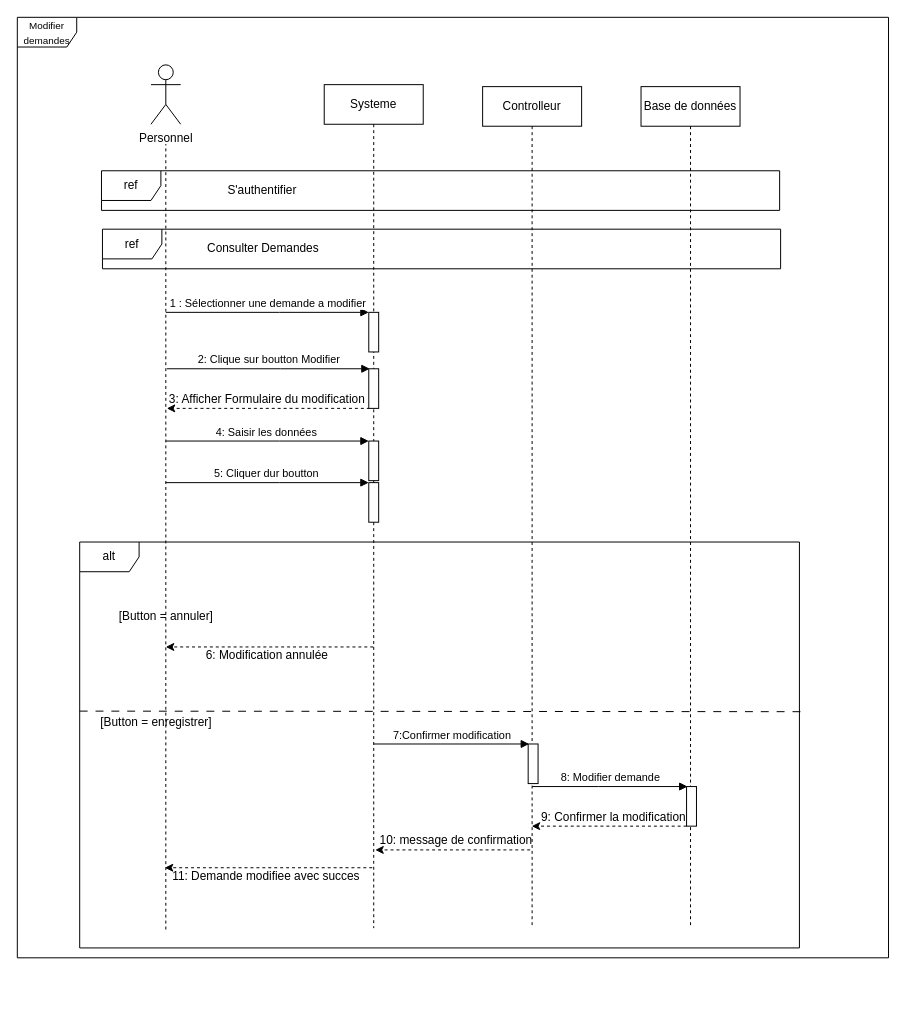
Earlier version of the draw.io diagram diagSequence-modifierDemande.drawio (PORTAIL-RH/Portail-RH-Mobile). Source tidied: cells renumbered, new cells numbered last; positions are measured from the earlier drawing's top-left corner, leaving out a move shared by most shapes. Both pictures are drawn from the tidied source at 99%, with x=0, y=0 at pixel (17, 17).
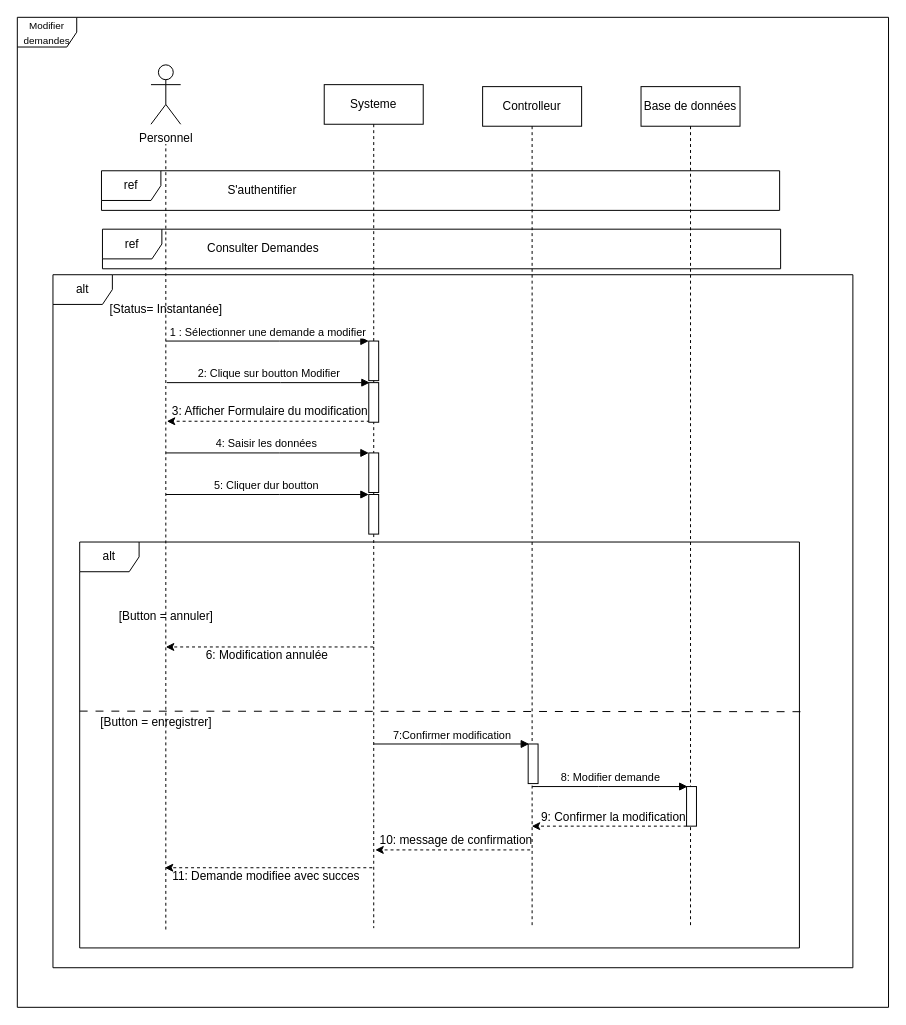
The same page after the edit.

Commit message (it also covers changes not shown here):
Mettre à jour diagSequence-modifierDemande.drawio

The change refers to these unchanged cells:
```xml
<mxCell id="2" value="Systeme" style="shape=umlLifeline;perimeter=lifelinePerimeter;whiteSpace=wrap;html=1;newEdgeStyle={&quot;edgeStyle&quot;:&quot;elbowEdgeStyle&quot;,&quot;elbow&quot;:&quot;vertical&quot;,&quot;curved&quot;:0,&quot;rounded&quot;:0};" parent="1" vertex="1">
  <mxGeometry x="310" y="68" width="100" height="852" as="geometry" />
</mxCell>
```

The edit, as a diff of the source:
```diff
@@
     <mxCell id="3" style="html=1;points=[];perimeter=orthogonalPerimeter;outlineConnect=0;targetShapes=umlLifeline;portConstraint=eastwest;newEdgeStyle={&quot;edgeStyle&quot;:&quot;elbowEdgeStyle&quot;,&quot;elbow&quot;:&quot;vertical&quot;,&quot;curved&quot;:0,&quot;rounded&quot;:0};" parent="2" vertex="1">
-      <mxGeometry x="45" y="230" width="10" height="40" as="geometry" />
+      <mxGeometry x="45" y="259" width="10" height="40" as="geometry" />
     </mxCell>
     <mxCell id="4" value="1 : Sélectionner une demande a modifier" style="html=1;verticalAlign=bottom;endArrow=block;edgeStyle=elbowEdgeStyle;elbow=vertical;curved=0;rounded=0;" parent="1" edge="1" target="3">
       <mxGeometry relative="1" as="geometry">
-        <mxPoint x="150" y="298" as="sourcePoint" />
+        <mxPoint x="150" y="327" as="sourcePoint" />
         <Array as="points">
-          <mxPoint x="265" y="298" />
+          <mxPoint x="265" y="327" />
         </Array>
       </mxGeometry>
     </mxCell>
@@
     <mxCell id="7" value="2: Clique sur boutton Modifier" style="html=1;verticalAlign=bottom;endArrow=block;edgeStyle=elbowEdgeStyle;elbow=vertical;curved=0;rounded=0;" parent="1" edge="1">
       <mxGeometry relative="1" as="geometry">
-        <mxPoint x="151" y="355" as="sourcePoint" />
-        <mxPoint x="356" y="355" as="targetPoint" />
+        <mxPoint x="151" y="369" as="sourcePoint" />
+        <mxPoint x="356" y="369" as="targetPoint" />
         <Array as="points">
-          <mxPoint x="266" y="355" />
+          <mxPoint x="266" y="369" />
         </Array>
       </mxGeometry>
     </mxCell>
     <mxCell id="8" style="endArrow=classic;html=1;rounded=0;dashed=1;" parent="1" edge="1">
       <mxGeometry relative="1" as="geometry">
-        <mxPoint x="356" y="395" as="sourcePoint" />
-        <mxPoint x="151" y="395" as="targetPoint" />
+        <mxPoint x="356" y="408" as="sourcePoint" />
+        <mxPoint x="151" y="408" as="targetPoint" />
       </mxGeometry>
     </mxCell>
     <mxCell id="9" value="3: Afficher Formulaire du modification" style="text;html=1;align=center;verticalAlign=middle;strokeColor=none;fillColor=none;" parent="1" vertex="1">
-      <mxGeometry x="142" y="371" width="220" height="30" as="geometry" />
+      <mxGeometry x="145" y="383" width="220" height="30" as="geometry" />
     </mxCell>
     <mxCell id="10" style="rounded=0;whiteSpace=wrap;html=1;" parent="1" vertex="1">
-      <mxGeometry x="355" y="355" width="10" height="40" as="geometry" />
+      <mxGeometry x="355" y="369" width="10" height="40" as="geometry" />
     </mxCell>
     <mxCell id="11" value="4: Saisir les données&amp;nbsp;" style="html=1;verticalAlign=bottom;endArrow=block;edgeStyle=elbowEdgeStyle;elbow=vertical;curved=0;rounded=0;" parent="1" edge="1">
       <mxGeometry relative="1" as="geometry">
-        <mxPoint x="150" y="428" as="sourcePoint" />
-        <mxPoint x="355" y="428" as="targetPoint" />
+        <mxPoint x="150" y="440" as="sourcePoint" />
+        <mxPoint x="355" y="440" as="targetPoint" />
         <Array as="points">
-          <mxPoint x="265" y="428" />
+          <mxPoint x="265" y="440" />
         </Array>
       </mxGeometry>
     </mxCell>
     <mxCell id="12" style="rounded=0;whiteSpace=wrap;html=1;" parent="1" vertex="1">
-      <mxGeometry x="355" y="428" width="10" height="40" as="geometry" />
+      <mxGeometry x="355" y="440" width="10" height="40" as="geometry" />
     </mxCell>
     <mxCell id="13" value="5: Cliquer dur boutton&amp;nbsp;" style="html=1;verticalAlign=bottom;endArrow=block;edgeStyle=elbowEdgeStyle;elbow=vertical;curved=0;rounded=0;" parent="1" edge="1">
       <mxGeometry relative="1" as="geometry">
-        <mxPoint x="150" y="470" as="sourcePoint" />
-        <mxPoint x="355" y="470" as="targetPoint" />
+        <mxPoint x="150" y="482" as="sourcePoint" />
+        <mxPoint x="355" y="482" as="targetPoint" />
         <Array as="points">
-          <mxPoint x="265" y="470" />
+          <mxPoint x="265" y="482" />
         </Array>
       </mxGeometry>
     </mxCell>
     <mxCell id="14" style="rounded=0;whiteSpace=wrap;html=1;" parent="1" vertex="1">
-      <mxGeometry x="355" y="470" width="10" height="40" as="geometry" />
+      <mxGeometry x="355" y="482" width="10" height="40" as="geometry" />
     </mxCell>
@@
     <mxCell id="17" value="&lt;font style=&quot;font-size: 10px;&quot;&gt;Modifier demandes&lt;/font&gt;" style="shape=umlFrame;whiteSpace=wrap;html=1;" parent="1" vertex="1">
-      <mxGeometry width="880" height="950" as="geometry" />
+      <mxGeometry width="880" height="1000" as="geometry" />
     </mxCell>
@@
+    <mxCell id="38" value="alt" style="shape=umlFrame;whiteSpace=wrap;html=1;" parent="1" vertex="1">
+      <mxGeometry x="36" y="260" width="808" height="700" as="geometry" />
+    </mxCell>
+    <mxCell id="39" value="[Status= Instantanée]" style="text;html=1;align=center;verticalAlign=middle;strokeColor=none;fillColor=none;" parent="1" vertex="1">
+      <mxGeometry x="80" y="280" width="140" height="30" as="geometry" />
+    </mxCell>
```
